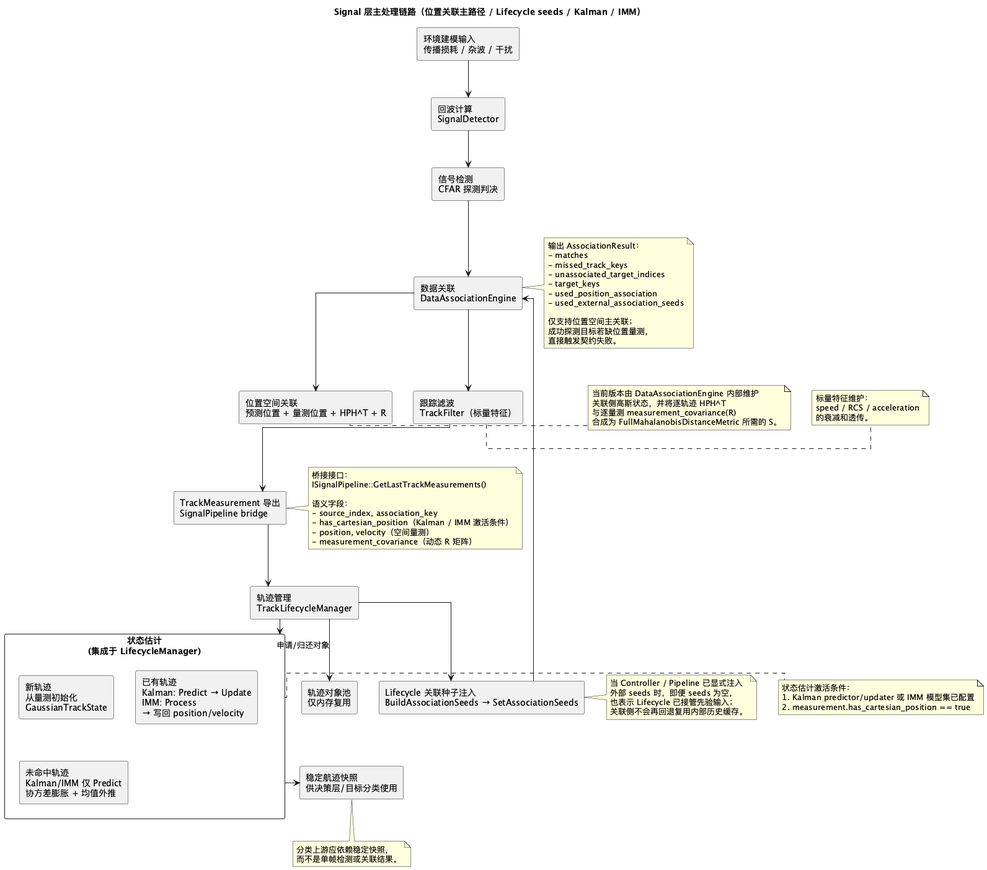
Before: doc/architecture/signal/signal-processing-flow.png, a diagram exported from PlantUML (boilwater-3/1q).
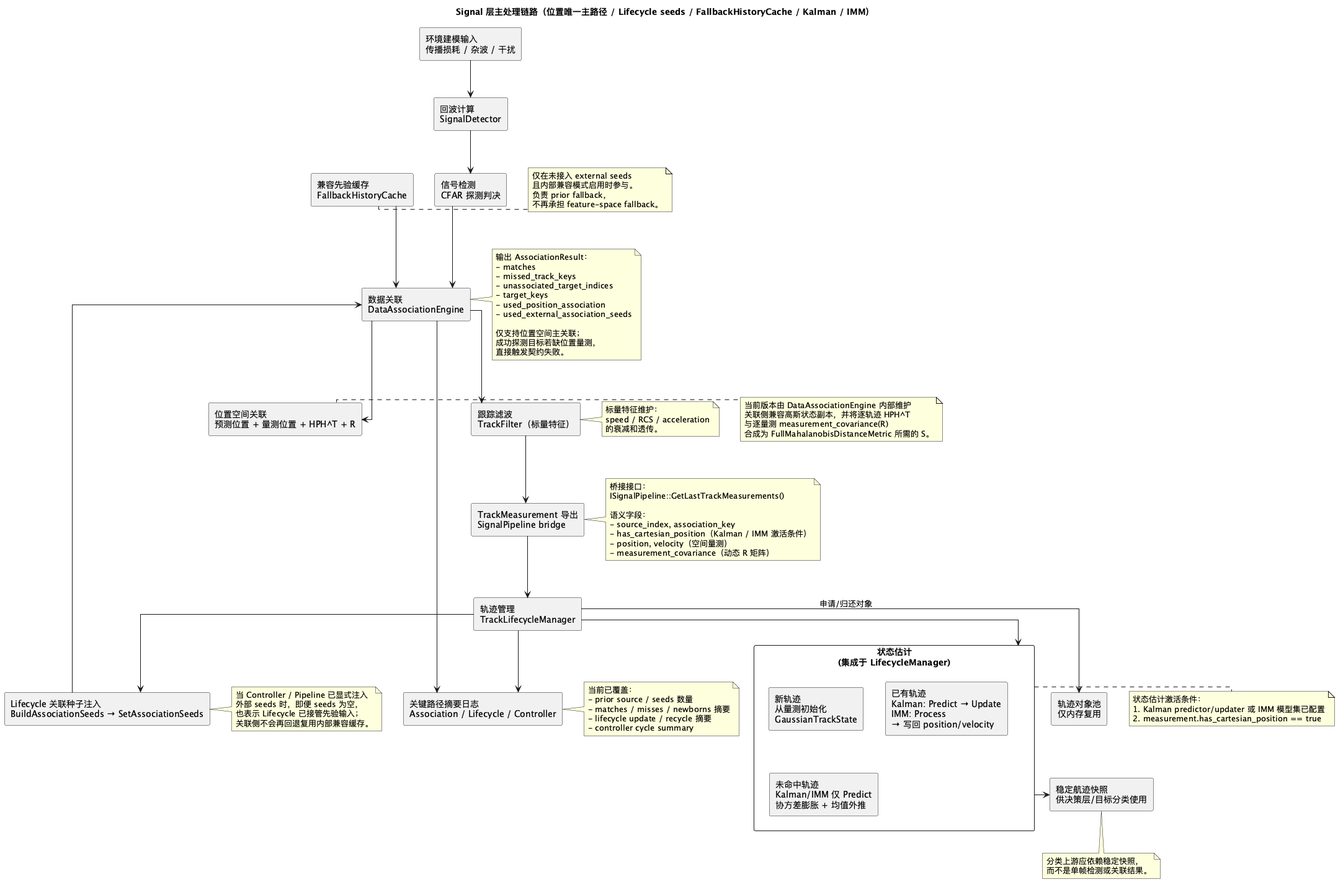
The same file after the commit.

Commit message:
docs(signal): 追平关联兼容缓存与关键路径日志文档

What changed in the source:
```diff
@@ -3,7 +3,7 @@
 skinparam packageStyle rectangle
 skinparam defaultFontName sans-serif
 
-title Signal 层主处理链路（位置关联主路径 / Lifecycle seeds / Kalman / IMM）
+title Signal 层主处理链路（位置唯一主路径 / Lifecycle seeds / FallbackHistoryCache / Kalman / IMM）
 
 rectangle "环境建模输入\n传播损耗 / 杂波 / 干扰" as ENV
 rectangle "回波计算\nSignalDetector" as ECHO
@@ -11,9 +11,11 @@
 rectangle "Lifecycle 关联种子注入\nBuildAssociationSeeds → SetAssociationSeeds" as SEEDS
 rectangle "数据关联\nDataAssociationEngine" as ASSOC
 rectangle "位置空间关联\n预测位置 + 量测位置 + HPH^T + R" as POS_ASSOC
+rectangle "兼容先验缓存\nFallbackHistoryCache" as FALLBACK
 rectangle "跟踪滤波\nTrackFilter（标量特征）" as FILTER
 rectangle "TrackMeasurement 导出\nSignalPipeline bridge" as MEAS
 rectangle "轨迹管理\nTrackLifecycleManager" as LIFECYCLE
+rectangle "关键路径摘要日志\nAssociation / Lifecycle / Controller" as LOGS
 
 rectangle "状态估计\n(集成于 LifecycleManager)" as KALMAN {
   rectangle "新轨迹\n从量测初始化\nGaussianTrackState" as INIT
@@ -29,6 +31,7 @@
 LIFECYCLE --> SEEDS
 SEEDS --> ASSOC
 DETECT --> ASSOC
+FALLBACK --> ASSOC
 ASSOC --> POS_ASSOC
 ASSOC --> FILTER
 FILTER --> MEAS
@@ -36,6 +39,8 @@
 LIFECYCLE --> KALMAN
 KALMAN --> SNAPSHOT
 LIFECYCLE --> POOL : 申请/归还对象
+ASSOC --> LOGS
+LIFECYCLE --> LOGS
 
 note right of ASSOC
   输出 AssociationResult：
@@ -51,11 +56,18 @@
   直接触发契约失败。
 end note
 
+note right of FALLBACK
+  仅在未接入 external seeds
+  且内部兼容模式启用时参与。
+  负责 prior fallback，
+  不再承担 feature-space fallback。
+end note
+
 note right of SEEDS
   当 Controller / Pipeline 已显式注入
   外部 seeds 时，即便 seeds 为空，
   也表示 Lifecycle 已接管先验输入；
-  关联侧不会再回退复用内部历史缓存。
+  关联侧不会再回退复用内部兼容缓存。
 end note
 
 note right of FILTER
@@ -83,9 +95,17 @@
 
 note right of POS_ASSOC
   当前版本由 DataAssociationEngine 内部维护
-  关联侧高斯状态，并将逐轨迹 HPH^T
+  关联侧兼容高斯状态副本，并将逐轨迹 HPH^T
   与逐量测 measurement_covariance(R)
   合成为 FullMahalanobisDistanceMetric 所需的 S。
+end note
+
+note right of LOGS
+  当前已覆盖：
+  - prior source / seeds 数量
+  - matches / misses / newborns 摘要
+  - lifecycle update / recycle 摘要
+  - controller cycle summary
 end note
 
 note bottom of SNAPSHOT
```
